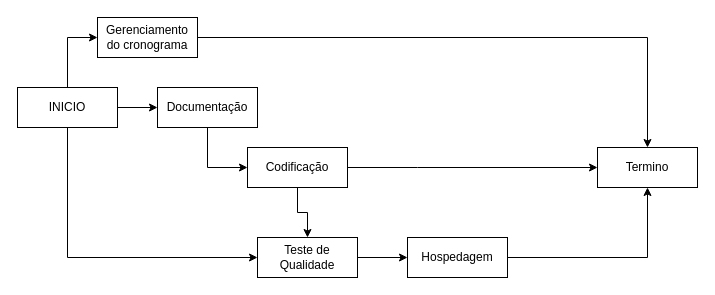
Before: page "Page-1" (1 of 2) of Diagrama de Precedencia_DW.drawio in GabrielMaxMaia/Service-PIIV, a draw.io diagram. Source tidied: cells renumbered, new cells numbered last; positions are measured from the earlier drawing's top-left corner, leaving out a move shared by most shapes. Both pictures are drawn from the tidied source at 100%, with x=0, y=0 at pixel (17, 17).
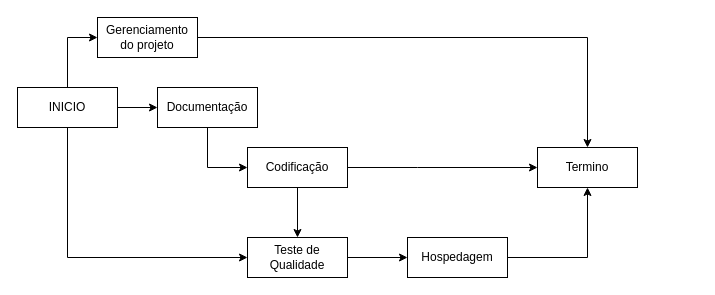
After the change.

What changed in the source:
```diff
@@
-    <mxCell id="7" value="Gerenciamento do cronograma" style="rounded=0;whiteSpace=wrap;html=1;" parent="1" vertex="1">
+    <mxCell id="7" value="Gerenciamento do projeto" style="rounded=0;whiteSpace=wrap;html=1;" parent="1" vertex="1">
       <mxGeometry x="80" width="100" height="40" as="geometry" />
     </mxCell>
@@
     <mxCell id="14" value="Teste de Qualidade" style="rounded=0;whiteSpace=wrap;html=1;" parent="1" vertex="1">
-      <mxGeometry x="240" y="220" width="100" height="40" as="geometry" />
+      <mxGeometry x="230" y="220" width="100" height="40" as="geometry" />
     </mxCell>
@@
     <mxCell id="17" value="Termino" style="rounded=0;whiteSpace=wrap;html=1;" parent="1" vertex="1">
-      <mxGeometry x="580" y="130" width="100" height="40" as="geometry" />
+      <mxGeometry x="520" y="130" width="100" height="40" as="geometry" />
     </mxCell>
```
